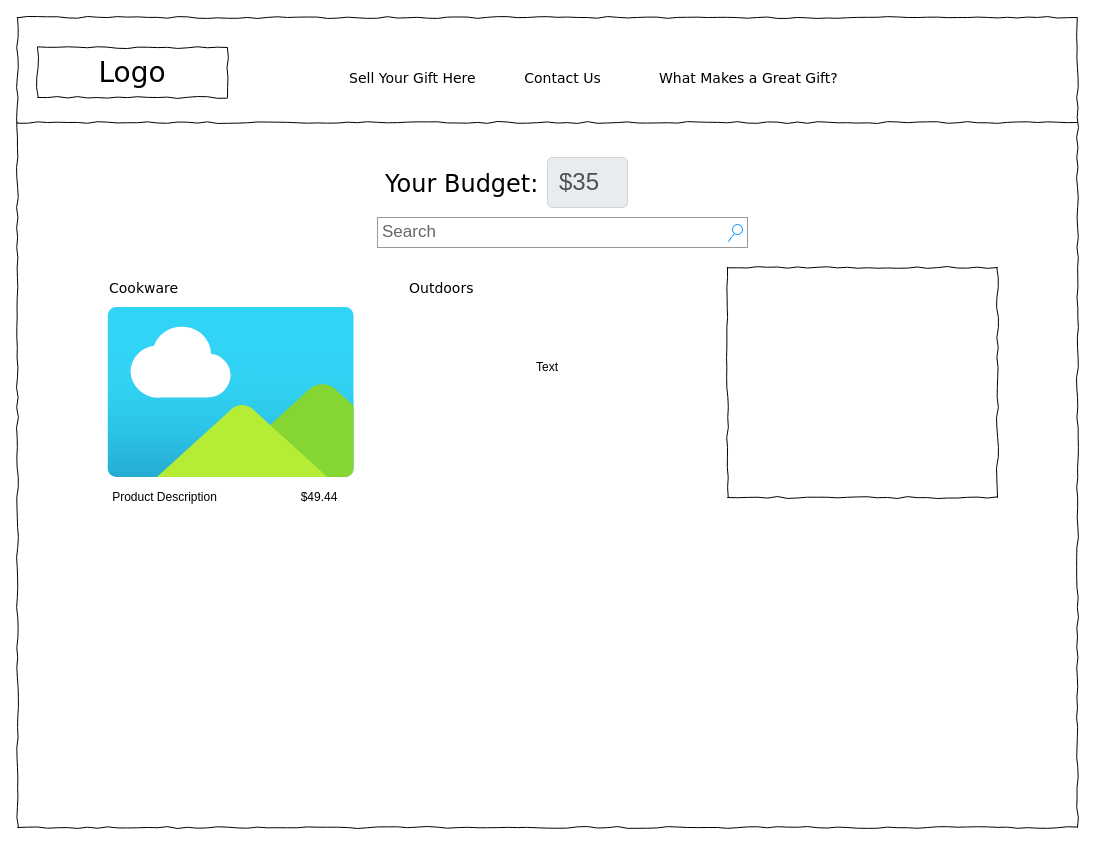
Before: Untitled Diagram.drawio in jamesdvance/video_code, a draw.io diagram. Source tidied: cells renumbered, new cells numbered last; positions are measured from the earlier drawing's top-left corner, leaving out a move shared by most shapes. Both pictures are drawn from the tidied source at 100%, with x=0, y=0 at pixel (17, 17).
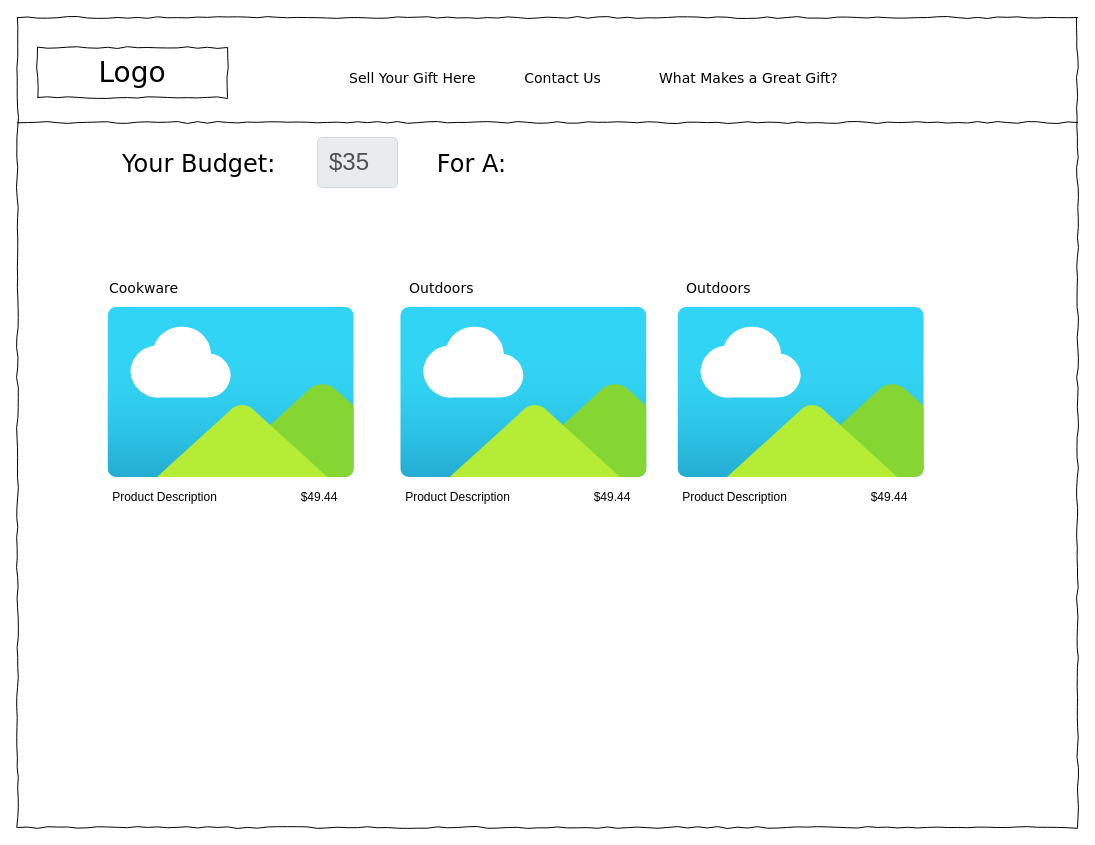
The same page after the edit.

Change to the diagram source:
```diff
@@
-    <mxCell id="4" value="Search" style="strokeWidth=1;shadow=0;dashed=0;align=center;html=1;shape=mxgraph.mockup.forms.searchBox;strokeColor=#999999;mainText=;strokeColor2=#008cff;fontColor=#666666;fontSize=17;align=left;spacingLeft=3;rounded=0;labelBackgroundColor=none;comic=1;" parent="1" vertex="1">
-      <mxGeometry x="360" y="200" width="370" height="30" as="geometry" />
-    </mxCell>
@@
     <mxCell id="7" value="&lt;font style=&quot;font-size: 24px&quot;&gt;Your Budget:&amp;nbsp;&lt;br&gt;&lt;br&gt;&lt;/font&gt;" style="text;html=1;align=right;verticalAlign=top;spacingTop=-4;fontSize=14;fontFamily=Verdana;" parent="1" vertex="1">
-      <mxGeometry x="360" y="150" width="170" height="30" as="geometry" />
+      <mxGeometry x="97.3" y="130" width="170" height="30" as="geometry" />
     </mxCell>
@@
     <mxCell id="10" value="&lt;font style=&quot;font-size: 24px&quot;&gt;$35&lt;/font&gt;" style="html=1;shadow=0;dashed=0;shape=mxgraph.bootstrap.rrect;rSize=5;strokeColor=#CED4DA;strokeWidth=1;fillColor=#E9ECEF;fontColor=#505050;whiteSpace=wrap;align=left;verticalAlign=middle;spacingLeft=10;fontSize=14;" parent="1" vertex="1">
-      <mxGeometry x="530" y="140" width="80" height="50" as="geometry" />
+      <mxGeometry x="300" y="120" width="80" height="50" as="geometry" />
     </mxCell>
-    <mxCell id="11" style="whiteSpace=wrap;html=1;rounded=0;shadow=0;labelBackgroundColor=none;strokeWidth=1;fillColor=none;fontFamily=Verdana;fontSize=12;align=center;comic=1;" parent="1" vertex="1">
-      <mxGeometry x="710" y="250" width="270" height="230" as="geometry" />
-    </mxCell>
@@
-    <mxCell id="15" value="Text" style="text;html=1;strokeColor=none;fillColor=none;align=center;verticalAlign=middle;whiteSpace=wrap;rounded=0;" parent="1" vertex="1">
-      <mxGeometry x="510" y="340" width="40" height="20" as="geometry" />
-    </mxCell>
@@
+    <mxCell id="18" style="html=1;align=center;image;fontSize=12;image=img/lib/azure2/general/Image.svg;" parent="1" vertex="1">
+      <mxGeometry x="382.7" y="290" width="247.3" height="170" as="geometry" />
+    </mxCell>
+    <mxCell id="19" value="Product Description" style="text;html=1;strokeColor=none;fillColor=none;align=center;verticalAlign=middle;whiteSpace=wrap;rounded=0;" parent="1" vertex="1">
+      <mxGeometry x="352.7" y="470" width="175" height="20" as="geometry" />
+    </mxCell>
+    <mxCell id="20" value="$49.44" style="text;html=1;strokeColor=none;fillColor=none;align=center;verticalAlign=middle;whiteSpace=wrap;rounded=0;" parent="1" vertex="1">
+      <mxGeometry x="560" y="470" width="70" height="20" as="geometry" />
+    </mxCell>
+    <mxCell id="21" value="Outdoors" style="text;html=1;align=left;verticalAlign=top;spacingTop=-4;fontSize=14;fontFamily=Verdana;" parent="1" vertex="1">
+      <mxGeometry x="667.3" y="260" width="170" height="20" as="geometry" />
+    </mxCell>
+    <mxCell id="22" style="html=1;align=center;image;fontSize=12;image=img/lib/azure2/general/Image.svg;" parent="1" vertex="1">
+      <mxGeometry x="660" y="290" width="247.3" height="170" as="geometry" />
+    </mxCell>
+    <mxCell id="23" value="Product Description" style="text;html=1;strokeColor=none;fillColor=none;align=center;verticalAlign=middle;whiteSpace=wrap;rounded=0;" parent="1" vertex="1">
+      <mxGeometry x="630" y="470" width="175" height="20" as="geometry" />
+    </mxCell>
+    <mxCell id="24" value="$49.44" style="text;html=1;strokeColor=none;fillColor=none;align=center;verticalAlign=middle;whiteSpace=wrap;rounded=0;" parent="1" vertex="1">
+      <mxGeometry x="837.3" y="470" width="70" height="20" as="geometry" />
+    </mxCell>
+    <mxCell id="25" value="&lt;font style=&quot;font-size: 24px&quot;&gt;For A:&lt;br&gt;&lt;/font&gt;" style="text;html=1;align=right;verticalAlign=top;spacingTop=-4;fontSize=14;fontFamily=Verdana;" parent="1" vertex="1">
+      <mxGeometry x="320" y="130" width="170" height="30" as="geometry" />
+    </mxCell>
```
